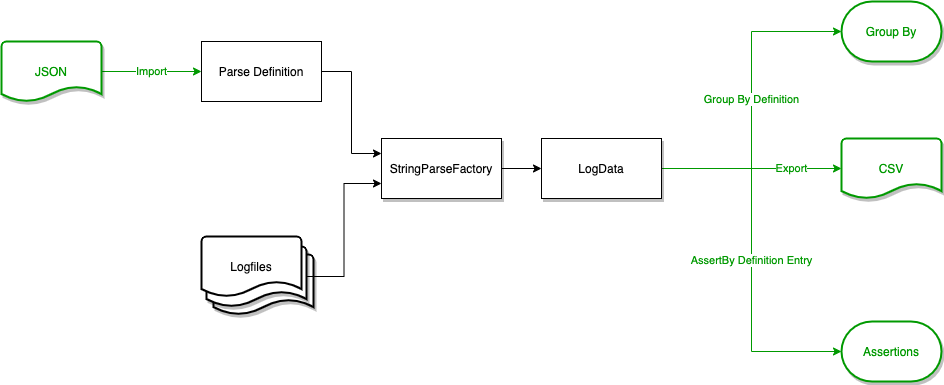
adobe/log-parser keeps this draw.io diagram as diagrams/Log_Parser-Processes.png. Above is the earlier version. Source tidied: cells renumbered, new cells last; positions are measured from the earlier drawing's top-left corner, leaving out a move shared by most shapes. Its diagram source:
```xml
<mxGraphModel>
  <root>
    <mxCell id="0" />
    <mxCell id="1" parent="0" />
    <mxCell id="2" style="edgeStyle=orthogonalEdgeStyle;rounded=0;jettySize=auto;html=1;exitX=1;exitY=0.5;exitDx=0;exitDy=0;entryX=0;entryY=0.25;entryDx=0;entryDy=0;" parent="1" edge="1" source="3" target="9">
      <mxGeometry relative="1" as="geometry" />
    </mxCell>
    <mxCell id="3" value="Parse Definition" style="rounded=0;whiteSpace=wrap;html=1;" parent="1" vertex="1">
      <mxGeometry x="200" y="40" width="120" height="60" as="geometry" />
    </mxCell>
    <mxCell id="4" style="group;" parent="1" vertex="1">
      <mxGeometry x="200" y="235" width="112" height="78" as="geometry" />
    </mxCell>
    <mxCell id="5" style="strokeWidth=2;html=1;shape=mxgraph.flowchart.document2;whiteSpace=wrap;size=0.25;shadow=1;" parent="4" vertex="1">
      <mxGeometry x="12" y="18" width="100" height="60" as="geometry" />
    </mxCell>
    <mxCell id="6" style="strokeWidth=2;html=1;shape=mxgraph.flowchart.document2;whiteSpace=wrap;size=0.25;shadow=1;" parent="4" vertex="1">
      <mxGeometry x="5" y="10" width="100" height="60" as="geometry" />
    </mxCell>
    <mxCell id="7" value="Logfiles" style="strokeWidth=2;html=1;shape=mxgraph.flowchart.document2;whiteSpace=wrap;size=0.25;" parent="4" vertex="1">
      <mxGeometry width="100" height="60" as="geometry" />
    </mxCell>
    <mxCell id="8" style="edgeStyle=orthogonalEdgeStyle;rounded=0;jettySize=auto;html=1;exitX=1;exitY=0.5;exitDx=0;exitDy=0;entryX=0;entryY=0.5;entryDx=0;entryDy=0;strokeColor=#000000;fontColor=#000000;" parent="1" edge="1" source="9" target="19">
      <mxGeometry relative="1" as="geometry" />
    </mxCell>
    <mxCell id="9" value="StringParseFactory" style="rounded=0;whiteSpace=wrap;html=1;shadow=1;" parent="1" vertex="1">
      <mxGeometry x="380" y="137" width="120" height="60" as="geometry" />
    </mxCell>
    <mxCell id="10" value="Group By Definition" style="edgeStyle=orthogonalEdgeStyle;rounded=0;jettySize=auto;html=1;exitX=1;exitY=0.5;exitDx=0;exitDy=0;entryX=0;entryY=0.5;entryDx=0;entryDy=0;entryPerimeter=0;fontColor=#009900;strokeColor=#009900;" parent="1" edge="1" source="19" target="13">
      <mxGeometry relative="1" as="geometry" />
    </mxCell>
    <mxCell id="11" value="AssertBy Definition Entry" style="edgeStyle=orthogonalEdgeStyle;rounded=0;jettySize=auto;html=1;exitX=1;exitY=0.5;exitDx=0;exitDy=0;entryX=0;entryY=0.5;entryDx=0;entryDy=0;entryPerimeter=0;strokeColor=#009900;fontColor=#009900;" parent="1" edge="1" source="19" target="15">
      <mxGeometry relative="1" as="geometry" />
    </mxCell>
    <mxCell id="12" style="edgeStyle=orthogonalEdgeStyle;rounded=0;orthogonalLoop=1;jettySize=auto;html=1;exitX=0.5;exitY=1;exitDx=0;exitDy=0;" parent="1" edge="1">
      <mxGeometry relative="1" as="geometry">
        <mxPoint x="620" y="202" as="sourcePoint" />
        <mxPoint x="620" y="202" as="targetPoint" />
      </mxGeometry>
    </mxCell>
    <mxCell id="13" value="Group By" style="strokeWidth=2;html=1;shape=mxgraph.flowchart.terminator;whiteSpace=wrap;shadow=1;strokeColor=#009900;fontColor=#009900;" parent="1" vertex="1">
      <mxGeometry x="840" width="100" height="60" as="geometry" />
    </mxCell>
    <mxCell id="14" value="CSV" style="strokeWidth=2;html=1;shape=mxgraph.flowchart.document2;whiteSpace=wrap;size=0.25;shadow=1;fontColor=#009900;strokeColor=#009900;" parent="1" vertex="1">
      <mxGeometry x="840" y="137" width="100" height="60" as="geometry" />
    </mxCell>
    <mxCell id="15" value="Assertions" style="strokeWidth=2;html=1;shape=mxgraph.flowchart.terminator;whiteSpace=wrap;shadow=1;strokeColor=#009900;fontColor=#009900;" parent="1" vertex="1">
      <mxGeometry x="840" y="320" width="100" height="60" as="geometry" />
    </mxCell>
    <mxCell id="16" value="Import" style="edgeStyle=orthogonalEdgeStyle;rounded=0;jettySize=auto;html=1;exitX=1;exitY=0.5;exitDx=0;exitDy=0;exitPerimeter=0;entryX=0;entryY=0.5;entryDx=0;entryDy=0;strokeColor=#009900;fontColor=#009900;" parent="1" edge="1" source="17" target="3">
      <mxGeometry relative="1" as="geometry" />
    </mxCell>
    <mxCell id="17" value="JSON" style="strokeWidth=2;html=1;shape=mxgraph.flowchart.document2;whiteSpace=wrap;size=0.25;shadow=1;fontColor=#009900;strokeColor=#009900;" parent="1" vertex="1">
      <mxGeometry y="40" width="100" height="60" as="geometry" />
    </mxCell>
    <mxCell id="18" value="Export" style="edgeStyle=orthogonalEdgeStyle;rounded=0;jettySize=auto;html=1;exitX=1;exitY=0.5;exitDx=0;exitDy=0;entryX=0;entryY=0.5;entryDx=0;entryDy=0;entryPerimeter=0;strokeColor=#009900;fontColor=#009900;" parent="1" edge="1" source="19" target="14">
      <mxGeometry x="0.44" relative="1" as="geometry" />
    </mxCell>
    <mxCell id="19" value="LogData" style="rounded=0;whiteSpace=wrap;html=1;shadow=1;" parent="1" vertex="1">
      <mxGeometry x="540" y="137" width="120" height="60" as="geometry" />
    </mxCell>
    <mxCell id="20" style="edgeStyle=orthogonalEdgeStyle;rounded=0;jettySize=auto;html=1;exitX=1;exitY=0.5;exitDx=0;exitDy=0;exitPerimeter=0;entryX=0;entryY=0.75;entryDx=0;entryDy=0;fontColor=#000000;" parent="1" edge="1" source="6" target="9">
      <mxGeometry relative="1" as="geometry" />
    </mxCell>
  </root>
</mxGraphModel>
```
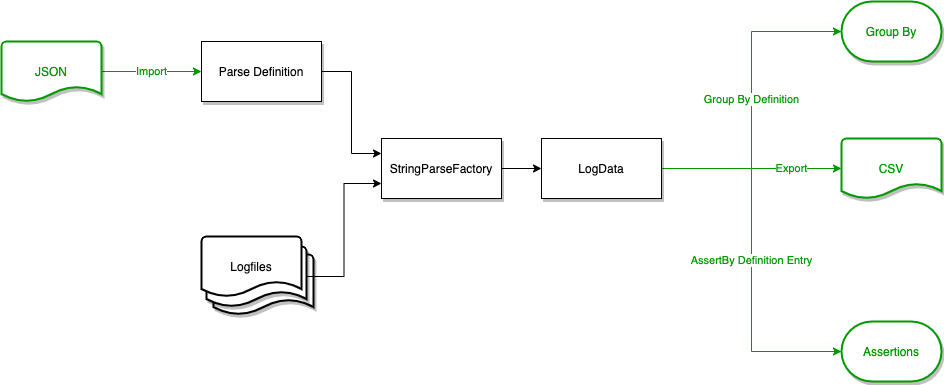
Above is the later version.

Diff of the diagram source:
```diff
@@ -5,7 +5,7 @@
     <mxCell id="2" style="edgeStyle=orthogonalEdgeStyle;rounded=0;jettySize=auto;html=1;exitX=1;exitY=0.5;exitDx=0;exitDy=0;entryX=0;entryY=0.25;entryDx=0;entryDy=0;" parent="1" edge="1" source="3" target="9">
       <mxGeometry relative="1" as="geometry" />
     </mxCell>
-    <mxCell id="3" value="Parse Definition" style="rounded=0;whiteSpace=wrap;html=1;" parent="1" vertex="1">
+    <mxCell id="3" value="Parse Definition" style="rounded=0;whiteSpace=wrap;html=1;shadow=1;" parent="1" vertex="1">
       <mxGeometry x="200" y="40" width="120" height="60" as="geometry" />
     </mxCell>
     <mxCell id="4" style="group;" parent="1" vertex="1">
```
